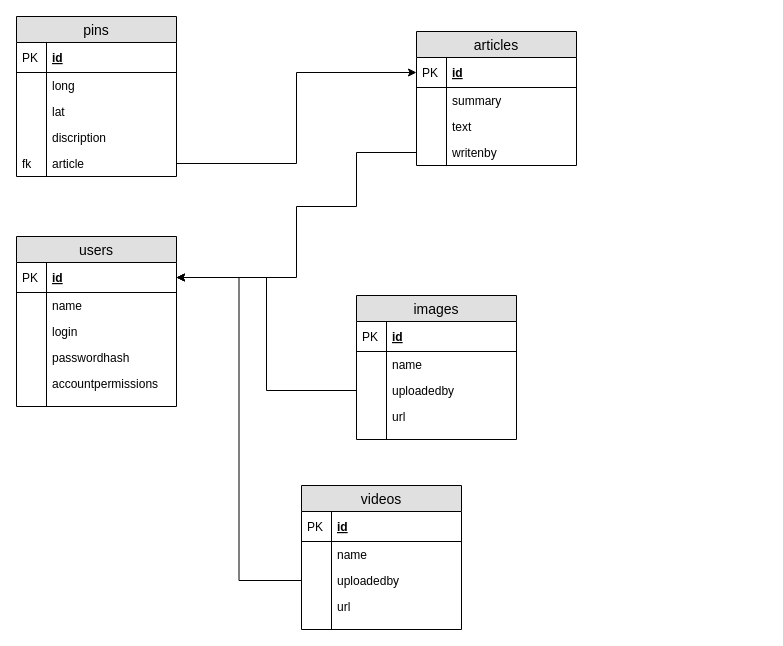
Earlier version of the draw.io diagram documentation/databaseDiagram.drawio (CurtisPreston99/TuriteaWebResources). Source tidied: cells renumbered, new cells numbered last; positions are measured from the earlier drawing's top-left corner, leaving out a move shared by most shapes. Both pictures are drawn from the tidied source at 100%, with x=0, y=0 at pixel (16, 16).
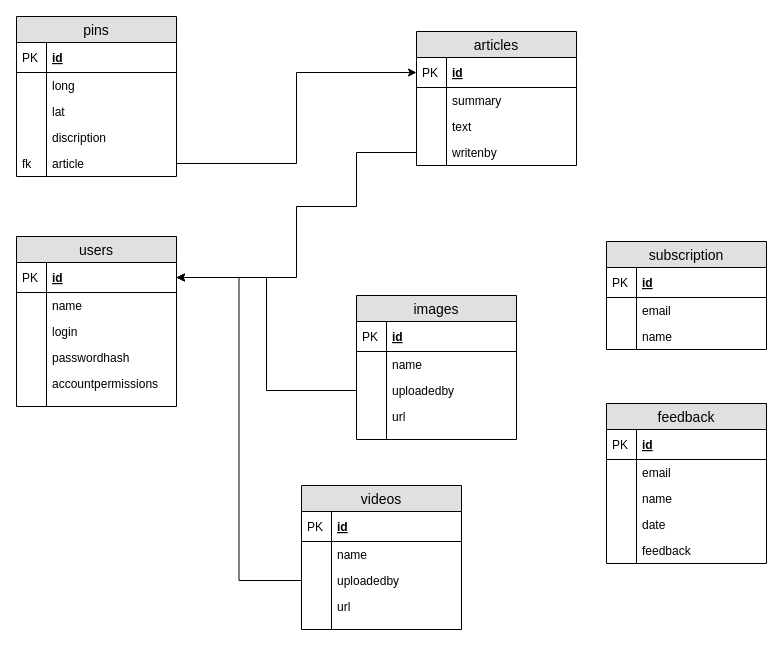
The same diagram, later.

What changed in the source:
```diff
@@
+    <mxCell id="61" value="subscription" style="swimlane;fontStyle=0;horizontal=1;startSize=26;fillColor=#e0e0e0;swimlaneFillColor=#ffffff;align=center;fontSize=14;" parent="1" vertex="1">
+      <mxGeometry x="590" y="225" width="160" height="108" as="geometry" />
+    </mxCell>
+    <mxCell id="62" value="id" style="shape=partialRectangle;top=0;left=0;right=0;bottom=1;align=left;verticalAlign=middle;fillColor=none;spacingLeft=34;spacingRight=4;overflow=hidden;fontStyle=5;fontSize=12;" parent="61" vertex="1">
+      <mxGeometry y="26" width="160" height="30" as="geometry" />
+    </mxCell>
+    <mxCell id="63" value="PK" style="shape=partialRectangle;top=0;left=0;bottom=0;fillColor=none;align=left;verticalAlign=middle;spacingLeft=4;spacingRight=4;overflow=hidden;fontSize=12;" parent="62" vertex="1">
+      <mxGeometry width="30" height="30" as="geometry" />
+    </mxCell>
+    <mxCell id="64" value="email" style="shape=partialRectangle;top=0;left=0;right=0;bottom=0;align=left;verticalAlign=top;fillColor=none;spacingLeft=34;spacingRight=4;overflow=hidden;fontSize=12;" parent="61" vertex="1">
+      <mxGeometry y="56" width="160" height="26" as="geometry" />
+    </mxCell>
+    <mxCell id="65" style="shape=partialRectangle;top=0;left=0;bottom=0;fillColor=none;align=left;verticalAlign=top;spacingLeft=4;spacingRight=4;overflow=hidden;fontSize=12;" parent="64" vertex="1">
+      <mxGeometry width="30" height="26" as="geometry" />
+    </mxCell>
+    <mxCell id="66" value="name" style="shape=partialRectangle;top=0;left=0;right=0;bottom=0;align=left;verticalAlign=top;fillColor=none;spacingLeft=34;spacingRight=4;overflow=hidden;fontSize=12;" parent="61" vertex="1">
+      <mxGeometry y="82" width="160" height="26" as="geometry" />
+    </mxCell>
+    <mxCell id="67" style="shape=partialRectangle;top=0;left=0;bottom=0;fillColor=none;align=left;verticalAlign=top;spacingLeft=4;spacingRight=4;overflow=hidden;fontSize=12;" parent="66" vertex="1">
+      <mxGeometry width="30" height="26" as="geometry" />
+    </mxCell>
+    <mxCell id="68" value="feedback" style="swimlane;fontStyle=0;horizontal=1;startSize=26;fillColor=#e0e0e0;swimlaneFillColor=#ffffff;align=center;fontSize=14;" parent="1" vertex="1">
+      <mxGeometry x="590" y="387" width="160" height="160" as="geometry" />
+    </mxCell>
+    <mxCell id="69" value="id" style="shape=partialRectangle;top=0;left=0;right=0;bottom=1;align=left;verticalAlign=middle;fillColor=none;spacingLeft=34;spacingRight=4;overflow=hidden;fontStyle=5;fontSize=12;" parent="68" vertex="1">
+      <mxGeometry y="26" width="160" height="30" as="geometry" />
+    </mxCell>
+    <mxCell id="70" value="PK" style="shape=partialRectangle;top=0;left=0;bottom=0;fillColor=none;align=left;verticalAlign=middle;spacingLeft=4;spacingRight=4;overflow=hidden;fontSize=12;" parent="69" vertex="1">
+      <mxGeometry width="30" height="30" as="geometry" />
+    </mxCell>
+    <mxCell id="71" value="email" style="shape=partialRectangle;top=0;left=0;right=0;bottom=0;align=left;verticalAlign=top;fillColor=none;spacingLeft=34;spacingRight=4;overflow=hidden;fontSize=12;" parent="68" vertex="1">
+      <mxGeometry y="56" width="160" height="26" as="geometry" />
+    </mxCell>
+    <mxCell id="72" style="shape=partialRectangle;top=0;left=0;bottom=0;fillColor=none;align=left;verticalAlign=top;spacingLeft=4;spacingRight=4;overflow=hidden;fontSize=12;" parent="71" vertex="1">
+      <mxGeometry width="30" height="26" as="geometry" />
+    </mxCell>
+    <mxCell id="73" value="name" style="shape=partialRectangle;top=0;left=0;right=0;bottom=0;align=left;verticalAlign=top;fillColor=none;spacingLeft=34;spacingRight=4;overflow=hidden;fontSize=12;" parent="68" vertex="1">
+      <mxGeometry y="82" width="160" height="26" as="geometry" />
+    </mxCell>
+    <mxCell id="74" style="shape=partialRectangle;top=0;left=0;bottom=0;fillColor=none;align=left;verticalAlign=top;spacingLeft=4;spacingRight=4;overflow=hidden;fontSize=12;" parent="73" vertex="1">
+      <mxGeometry width="30" height="26" as="geometry" />
+    </mxCell>
+    <mxCell id="75" value="date" style="shape=partialRectangle;top=0;left=0;right=0;bottom=0;align=left;verticalAlign=top;fillColor=none;spacingLeft=34;spacingRight=4;overflow=hidden;fontSize=12;" parent="68" vertex="1">
+      <mxGeometry y="108" width="160" height="26" as="geometry" />
+    </mxCell>
+    <mxCell id="76" style="shape=partialRectangle;top=0;left=0;bottom=0;fillColor=none;align=left;verticalAlign=top;spacingLeft=4;spacingRight=4;overflow=hidden;fontSize=12;" parent="75" vertex="1">
+      <mxGeometry width="30" height="26" as="geometry" />
+    </mxCell>
+    <mxCell id="77" value="feedback" style="shape=partialRectangle;top=0;left=0;right=0;bottom=0;align=left;verticalAlign=top;fillColor=none;spacingLeft=34;spacingRight=4;overflow=hidden;fontSize=12;" parent="68" vertex="1">
+      <mxGeometry y="134" width="160" height="26" as="geometry" />
+    </mxCell>
+    <mxCell id="78" style="shape=partialRectangle;top=0;left=0;bottom=0;fillColor=none;align=left;verticalAlign=top;spacingLeft=4;spacingRight=4;overflow=hidden;fontSize=12;" parent="77" vertex="1">
+      <mxGeometry width="30" height="26" as="geometry" />
+    </mxCell>
```
